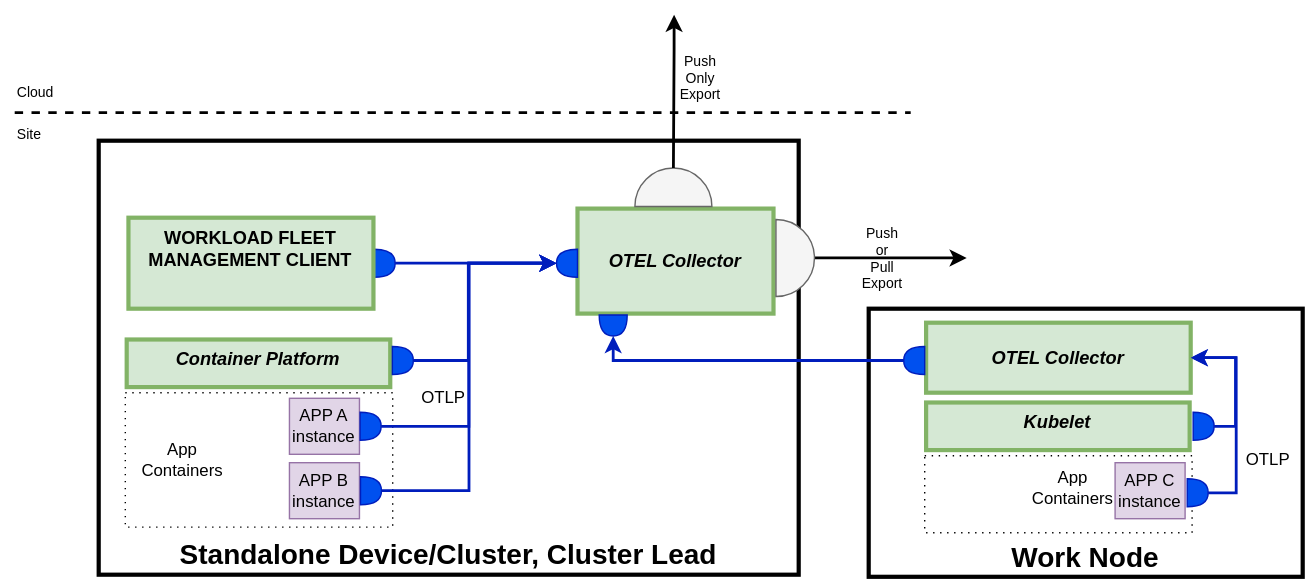
This is system-design/figures/System-design-observability-deployment2.drawio.svg from margo/general_website_content, a draw.io export, as it was before one commit. Source tidied: cells renumbered, new cells last; positions are measured from the earlier drawing's top-left corner, leaving out a move shared by most shapes.
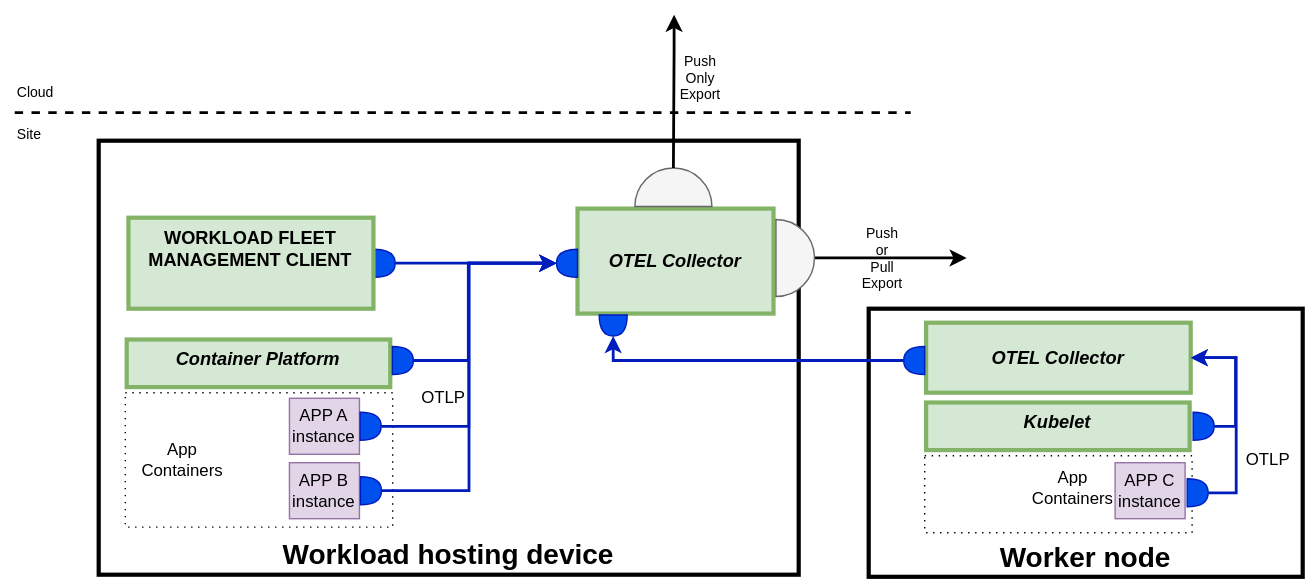
Later version of the same file.

Commit message:
Device roles to capabilities (#26)

The edit, as a diff of the source:
```diff
@@ -5,7 +5,7 @@
     <mxCell id="2" style="rounded=0;whiteSpace=wrap;html=1;strokeColor=none;" parent="1" vertex="1">
       <mxGeometry width="940" height="420" as="geometry" />
     </mxCell>
-    <mxCell id="3" value="Standalone Device/Cluster, Cluster Lead" style="whiteSpace=wrap;align=center;verticalAlign=bottom;fontStyle=1;strokeWidth=3;fontSize=20;rounded=0;fontFamily=Helvetica;" parent="1" vertex="1">
+    <mxCell id="3" value="Workload hosting device" style="whiteSpace=wrap;align=center;verticalAlign=bottom;fontStyle=1;strokeWidth=3;fontSize=20;rounded=0;fontFamily=Helvetica;" parent="1" vertex="1">
       <mxGeometry x="70" y="100" width="500" height="310" as="geometry" />
     </mxCell>
     <mxCell id="4" value="OTEL Collector" style="whiteSpace=wrap;align=center;verticalAlign=middle;fontStyle=3;strokeWidth=3;fontSize=13;rounded=0;fillColor=#d5e8d4;strokeColor=#82b366;fontFamily=Helvetica;" parent="1" vertex="1">
@@ -69,7 +69,7 @@
         </Array>
       </mxGeometry>
     </mxCell>
-    <mxCell id="21" value="Work Node" style="whiteSpace=wrap;align=center;verticalAlign=bottom;fontStyle=1;strokeWidth=3;fontSize=20;rounded=0;fontFamily=Helvetica;" parent="1" vertex="1">
+    <mxCell id="21" value="Worker node" style="whiteSpace=wrap;align=center;verticalAlign=bottom;fontStyle=1;strokeWidth=3;fontSize=20;rounded=0;fontFamily=Helvetica;" parent="1" vertex="1">
       <mxGeometry x="620" y="220" width="310" height="191.5" as="geometry" />
     </mxCell>
     <mxCell id="22" style="rounded=0;whiteSpace=wrap;html=1;dashed=1;strokeColor=#000000;dashPattern=1 4;" parent="1" vertex="1">
```
